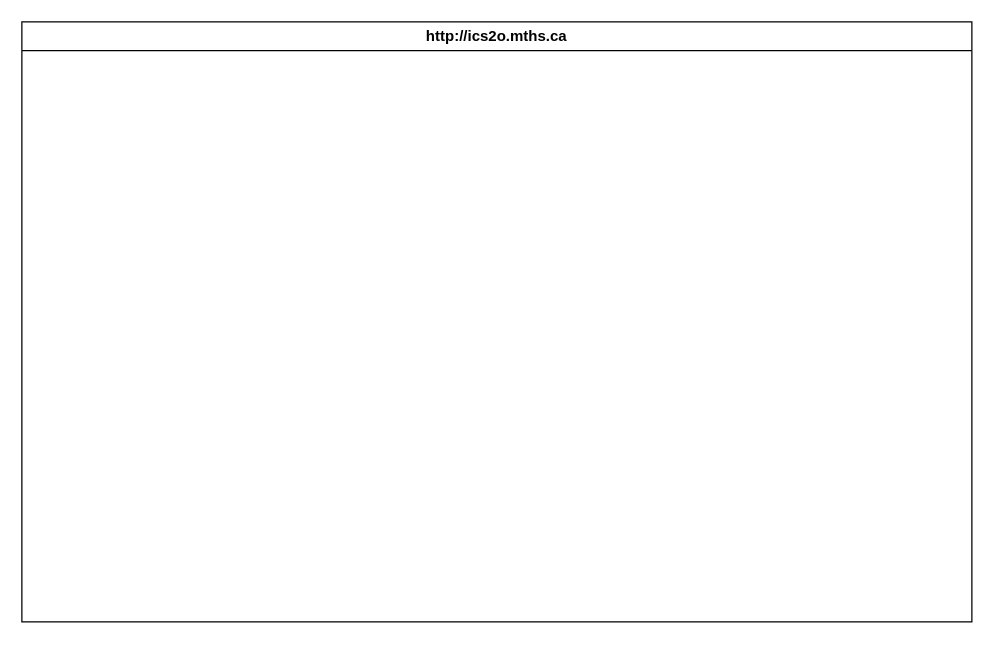
This is design/storyboard.drawio from MTHS-ICD2O-1-2023/ICD2O-Unit-3-01-kenneth-gouw, a draw.io file, before an edit. Source tidied: cells renumbered, new cells numbered last; positions are measured from the earlier drawing's top-left corner, leaving out a move shared by most shapes. Both pictures are drawn from the tidied source at 125%, with x=0, y=0 at pixel (21, 21).
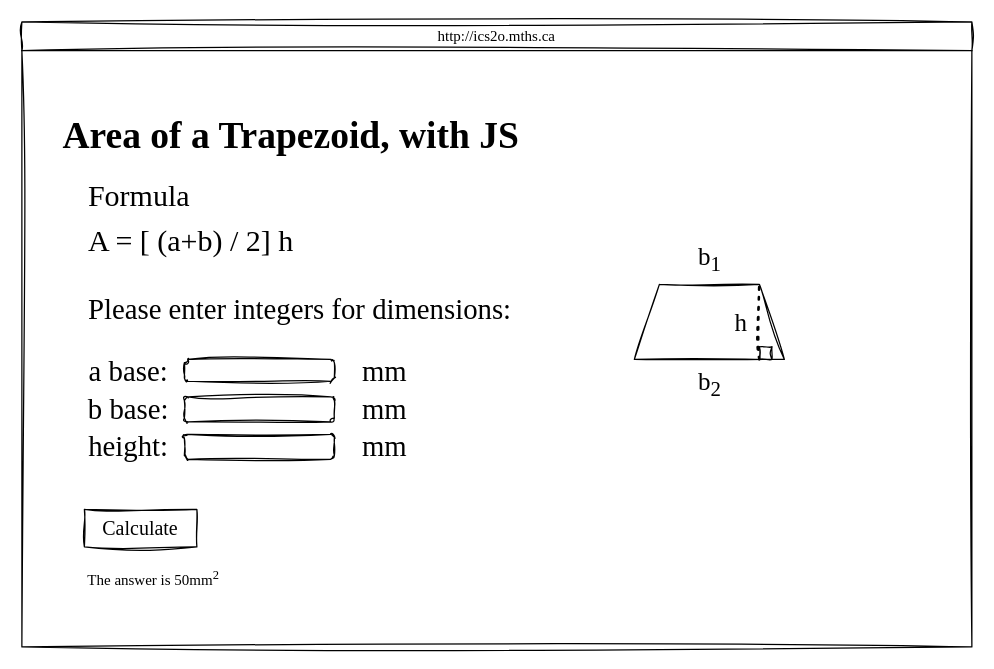
The same diagram, later.

Diff of the diagram source:
```diff
@@
-    <mxCell id="2" value="http://ics2o.mths.ca" style="swimlane;whiteSpace=wrap;html=1;" parent="1" vertex="1">
-      <mxGeometry width="760" height="480" as="geometry" />
+    <mxCell id="2" value="http://ics2o.mths.ca" style="swimlane;whiteSpace=wrap;html=1;sketch=1;curveFitting=1;jiggle=2;fontStyle=0;fontFamily=Times New Roman;" parent="1" vertex="1">
+      <mxGeometry width="760" height="500" as="geometry" />
     </mxCell>
+    <mxCell id="3" style="shape=trapezoid;perimeter=trapezoidPerimeter;whiteSpace=wrap;html=1;fixedSize=1;sketch=1;hachureGap=4;jiggle=2;curveFitting=1;fontFamily=Architects Daughter;fontSize=20;" parent="2" vertex="1">
+      <mxGeometry x="490" y="210" width="120" height="60" as="geometry" />
+    </mxCell>
+    <mxCell id="4" value="b&lt;sub&gt;1&lt;/sub&gt;" style="text;html=1;align=center;verticalAlign=middle;strokeColor=none;fillColor=none;fontSize=20;fontFamily=Times New Roman;sketch=1;hachureGap=4;jiggle=2;curveFitting=1;" parent="2" vertex="1">
+      <mxGeometry x="530" y="170" width="40" height="40" as="geometry" />
+    </mxCell>
+    <mxCell id="5" style="endArrow=none;dashed=1;html=1;dashPattern=1 3;strokeWidth=2;sketch=1;hachureGap=4;jiggle=2;curveFitting=1;fontFamily=Times New Roman;fontSize=16;entryX=0.832;entryY=0.007;entryDx=0;entryDy=0;entryPerimeter=0;" parent="2" edge="1" target="3">
+      <mxGeometry relative="1" as="geometry">
+        <mxPoint x="590" y="270" as="sourcePoint" />
+      </mxGeometry>
+    </mxCell>
+    <mxCell id="6" style="swimlane;startSize=0;sketch=1;hachureGap=4;jiggle=2;curveFitting=1;fontFamily=Times New Roman;fontSize=20;" parent="2" vertex="1" collapsed="1">
+      <mxGeometry x="590" y="260" width="10" height="10" as="geometry" />
+    </mxCell>
+    <mxCell id="7" value="h" style="text;html=1;align=center;verticalAlign=middle;strokeColor=none;fillColor=none;fontSize=20;fontFamily=Times New Roman;sketch=1;hachureGap=4;jiggle=2;curveFitting=1;" parent="2" vertex="1">
+      <mxGeometry x="560" y="220" width="30" height="40" as="geometry" />
+    </mxCell>
+    <mxCell id="8" value="&lt;b&gt;&lt;font style=&quot;font-size: 30px;&quot;&gt;Area of a Trapezoid, with JS&lt;/font&gt;&lt;/b&gt;" style="text;html=1;align=center;verticalAlign=middle;strokeColor=none;fillColor=none;fontSize=20;fontFamily=Times New Roman;sketch=1;hachureGap=4;jiggle=2;curveFitting=1;" parent="2" vertex="1">
+      <mxGeometry x="20" y="65" width="390" height="50" as="geometry" />
+    </mxCell>
+    <mxCell id="9" value="&lt;div style=&quot;text-align: left;&quot;&gt;&lt;span style=&quot;font-size: 24px; background-color: initial;&quot;&gt;Formula&lt;/span&gt;&lt;/div&gt;&lt;font style=&quot;font-size: 24px;&quot;&gt;A = [ (a+b) / 2] h&lt;/font&gt;" style="text;html=1;align=center;verticalAlign=middle;strokeColor=none;fillColor=none;fontSize=30;fontFamily=Times New Roman;sketch=1;hachureGap=4;jiggle=2;curveFitting=1;" parent="2" vertex="1">
+      <mxGeometry x="40" y="110" width="190" height="90" as="geometry" />
+    </mxCell>
+    <mxCell id="10" value="&lt;font style=&quot;font-size: 23px;&quot;&gt;Please enter integers for dimensions:&amp;nbsp;&lt;/font&gt;" style="text;html=1;align=center;verticalAlign=middle;strokeColor=none;fillColor=none;fontSize=24;fontFamily=Times New Roman;sketch=1;hachureGap=4;jiggle=2;curveFitting=1;" parent="2" vertex="1">
+      <mxGeometry x="40" y="210" width="370" height="40" as="geometry" />
+    </mxCell>
+    <mxCell id="11" value="b base:" style="text;html=1;align=center;verticalAlign=middle;strokeColor=none;fillColor=none;fontSize=23;fontFamily=Times New Roman;sketch=1;hachureGap=4;jiggle=2;curveFitting=1;" parent="2" vertex="1">
+      <mxGeometry x="40" y="290" width="90" height="40" as="geometry" />
+    </mxCell>
+    <mxCell id="12" value="height:" style="text;html=1;align=center;verticalAlign=middle;strokeColor=none;fillColor=none;fontSize=23;fontFamily=Times New Roman;sketch=1;hachureGap=4;jiggle=2;curveFitting=1;" parent="2" vertex="1">
+      <mxGeometry x="40" y="320" width="90" height="40" as="geometry" />
+    </mxCell>
+    <mxCell id="13" value="a base:" style="text;html=1;align=center;verticalAlign=middle;strokeColor=none;fillColor=none;fontSize=23;fontFamily=Times New Roman;sketch=1;hachureGap=4;jiggle=2;curveFitting=1;" parent="2" vertex="1">
+      <mxGeometry x="40" y="260" width="90" height="40" as="geometry" />
+    </mxCell>
+    <mxCell id="14" style="rounded=1;whiteSpace=wrap;html=1;sketch=1;hachureGap=4;jiggle=2;curveFitting=1;fontFamily=Times New Roman;fontSize=23;" parent="2" vertex="1">
+      <mxGeometry x="130" y="270" width="120" height="17.5" as="geometry" />
+    </mxCell>
+    <mxCell id="15" style="rounded=1;whiteSpace=wrap;html=1;sketch=1;hachureGap=4;jiggle=2;curveFitting=1;fontFamily=Times New Roman;fontSize=23;" parent="2" vertex="1">
+      <mxGeometry x="130" y="300" width="120" height="20" as="geometry" />
+    </mxCell>
+    <mxCell id="16" style="rounded=1;whiteSpace=wrap;html=1;sketch=1;hachureGap=4;jiggle=2;curveFitting=1;fontFamily=Times New Roman;fontSize=23;" parent="2" vertex="1">
+      <mxGeometry x="130" y="330" width="120" height="20" as="geometry" />
+    </mxCell>
+    <mxCell id="17" value="b&lt;sub&gt;2&lt;/sub&gt;" style="text;html=1;align=center;verticalAlign=middle;strokeColor=none;fillColor=none;fontSize=20;fontFamily=Times New Roman;sketch=1;hachureGap=4;jiggle=2;curveFitting=1;" parent="2" vertex="1">
+      <mxGeometry x="530" y="270" width="40" height="40" as="geometry" />
+    </mxCell>
+    <mxCell id="18" value="mm" style="text;html=1;align=center;verticalAlign=middle;strokeColor=none;fillColor=none;fontSize=23;fontFamily=Times New Roman;sketch=1;hachureGap=4;jiggle=2;curveFitting=1;" parent="2" vertex="1">
+      <mxGeometry x="260" y="260" width="60" height="40" as="geometry" />
+    </mxCell>
+    <mxCell id="19" value="mm" style="text;html=1;align=center;verticalAlign=middle;strokeColor=none;fillColor=none;fontSize=23;fontFamily=Times New Roman;sketch=1;hachureGap=4;jiggle=2;curveFitting=1;" parent="2" vertex="1">
+      <mxGeometry x="260" y="320" width="60" height="40" as="geometry" />
+    </mxCell>
+    <mxCell id="20" value="mm" style="text;html=1;align=center;verticalAlign=middle;strokeColor=none;fillColor=none;fontSize=23;fontFamily=Times New Roman;sketch=1;hachureGap=4;jiggle=2;curveFitting=1;" parent="2" vertex="1">
+      <mxGeometry x="260" y="290" width="60" height="40" as="geometry" />
+    </mxCell>
+    <mxCell id="21" value="&lt;font style=&quot;font-size: 16px;&quot;&gt;Calculate&lt;/font&gt;" style="rounded=0;whiteSpace=wrap;html=1;sketch=1;hachureGap=4;jiggle=2;curveFitting=1;fontFamily=Times New Roman;fontSize=19;" parent="2" vertex="1">
+      <mxGeometry x="50" y="390" width="90" height="30" as="geometry" />
+    </mxCell>
+    <mxCell id="22" value="&lt;font style=&quot;font-size: 12px;&quot;&gt;The answer is 50mm&lt;sup&gt;2&lt;/sup&gt;&lt;/font&gt;" style="text;html=1;align=center;verticalAlign=middle;strokeColor=none;fillColor=none;fontSize=16;fontFamily=Times New Roman;sketch=1;hachureGap=4;jiggle=2;curveFitting=1;" parent="2" vertex="1">
+      <mxGeometry x="40" y="430" width="130" height="30" as="geometry" />
+    </mxCell>
```
